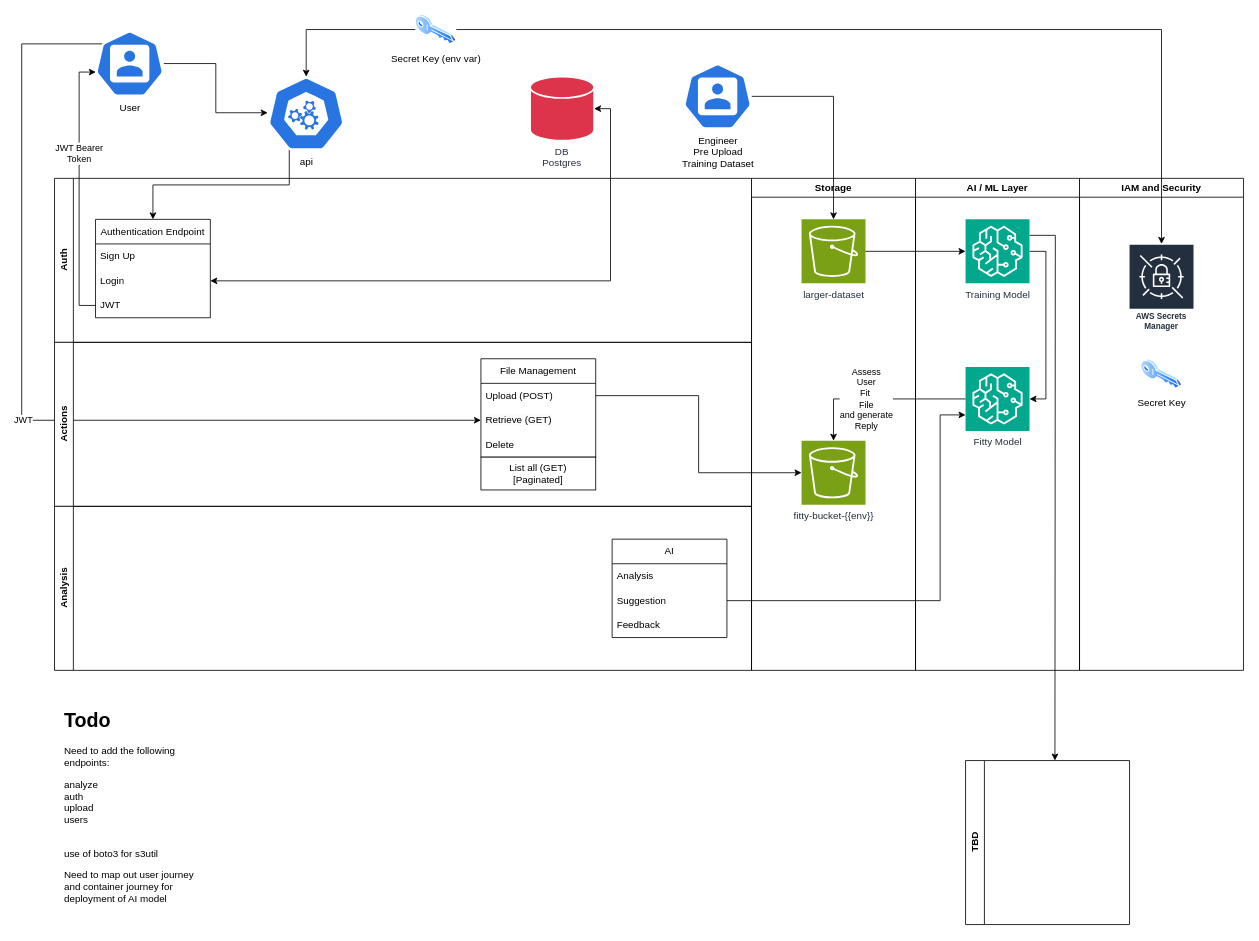
Before: fitty_api.drawio in jstoveld/fitty, a draw.io diagram. Source tidied: cells renumbered, new cells numbered last; positions are measured from the earlier drawing's top-left corner, leaving out a move shared by most shapes. Both pictures are drawn from the tidied source at 82%, with x=0, y=0 at pixel (21, 14).
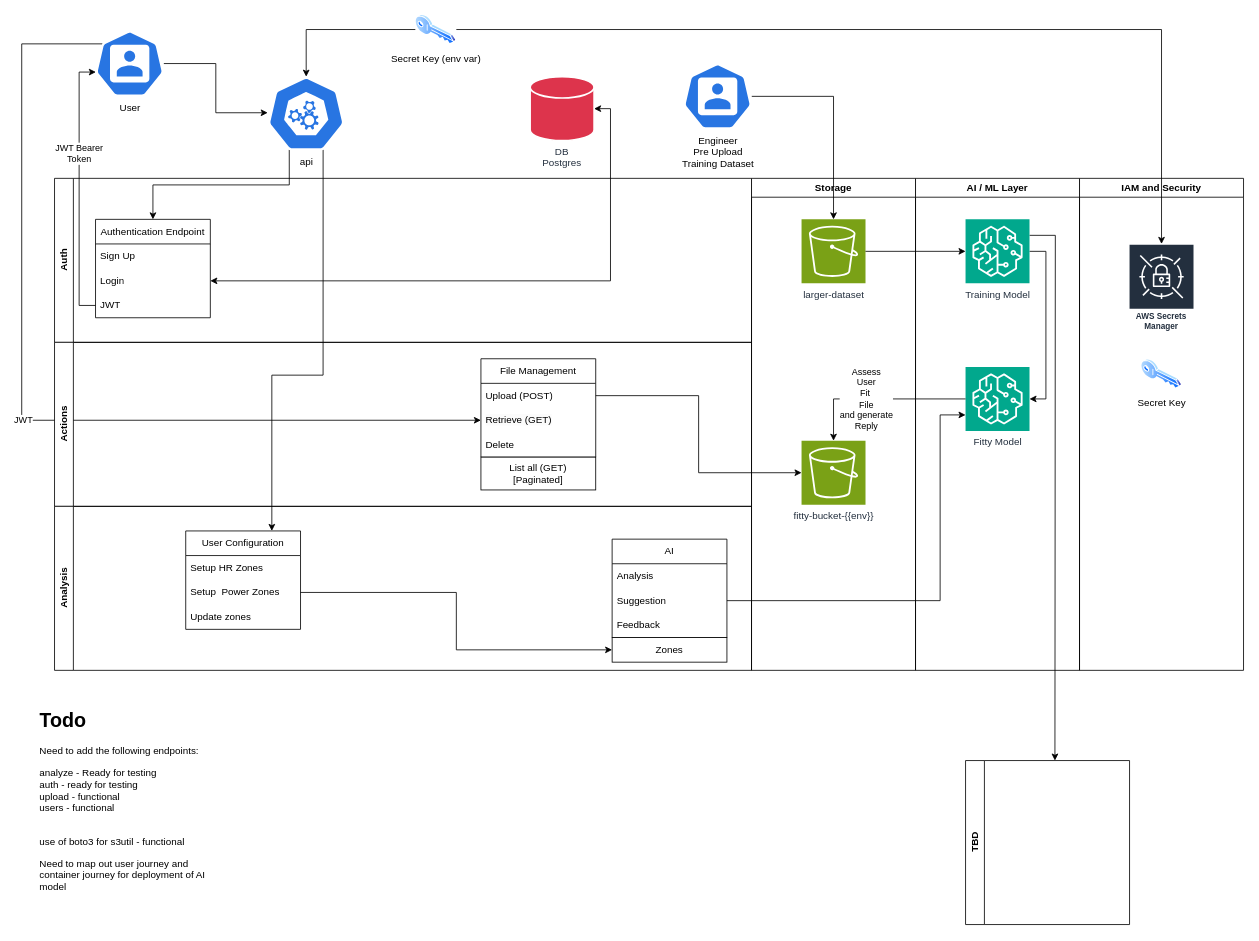
The same page after the edit.

Commit message:
Mapping user journey requires creating of zones endpoint and updating in user config. Need to test this - updating diagram as so,

Unchanged cells that the change refers to:
```xml
<mxCell id="4" value="api" style="sketch=0;html=1;dashed=0;whitespace=wrap;verticalLabelPosition=bottom;verticalAlign=top;fillColor=#2875E2;strokeColor=#ffffff;points=[[0.005,0.63,0],[0.1,0.2,0],[0.9,0.2,0],[0.5,0,0],[0.995,0.63,0],[0.72,0.99,0],[0.5,1,0],[0.28,0.99,0]];shape=mxgraph.kubernetes.icon2;prIcon=api;" parent="1" vertex="1">
  <mxGeometry x="300" y="76" width="93.8" height="90" as="geometry" />
</mxCell>
<mxCell id="20" value="Analysis" style="swimlane;horizontal=0;whiteSpace=wrap;html=1;" parent="1" vertex="1">
  <mxGeometry x="40" y="600" width="850" height="200" as="geometry" />
</mxCell>
```

The edit, as a diff of the source:
```diff
@@
+    <mxCell id="48" style="edgeStyle=orthogonalEdgeStyle;rounded=0;jettySize=auto;html=1;exitX=0.72;exitY=0.99;exitDx=0;exitDy=0;exitPerimeter=0;entryX=0.75;entryY=0;entryDx=0;entryDy=0;" parent="1" edge="1" source="4" target="50">
+      <mxGeometry relative="1" as="geometry">
+        <Array as="points">
+          <mxPoint x="368" y="440" />
+          <mxPoint x="305" y="440" />
+        </Array>
+      </mxGeometry>
+    </mxCell>
@@
+    <mxCell id="49" value="Zones" style="rounded=0;whiteSpace=wrap;html=1;" parent="20" vertex="1">
+      <mxGeometry x="680" y="160" width="140" height="30" as="geometry" />
+    </mxCell>
+    <mxCell id="50" value="User Configuration" style="swimlane;fontStyle=0;horizontal=1;startSize=30;whiteSpace=wrap;html=1;" parent="20" vertex="1">
+      <mxGeometry x="160" y="30" width="140" height="120" as="geometry" />
+    </mxCell>
+    <mxCell id="51" value="Setup HR Zones" style="text;strokeColor=none;fillColor=none;align=left;verticalAlign=middle;spacingLeft=4;spacingRight=4;overflow=hidden;whiteSpace=wrap;html=1;" parent="50" vertex="1">
+      <mxGeometry y="30" width="140" height="30" as="geometry" />
+    </mxCell>
+    <mxCell id="52" value="Setup&amp;nbsp; Power Zones" style="text;strokeColor=none;fillColor=none;align=left;verticalAlign=middle;spacingLeft=4;spacingRight=4;overflow=hidden;points=[[0,0.5],[1,0.5]];portConstraint=eastwest;whiteSpace=wrap;html=1;" parent="50" vertex="1">
+      <mxGeometry y="60" width="140" height="30" as="geometry" />
+    </mxCell>
+    <mxCell id="53" value="Update zones" style="text;strokeColor=none;fillColor=none;align=left;verticalAlign=middle;spacingLeft=4;spacingRight=4;overflow=hidden;whiteSpace=wrap;html=1;" parent="50" vertex="1">
+      <mxGeometry y="90" width="140" height="30" as="geometry" />
+    </mxCell>
+    <mxCell id="54" style="edgeStyle=orthogonalEdgeStyle;rounded=0;jettySize=auto;html=1;exitX=1;exitY=0.5;exitDx=0;exitDy=0;entryX=0;entryY=0.5;entryDx=0;entryDy=0;" parent="20" edge="1" source="52" target="49">
+      <mxGeometry relative="1" as="geometry" />
+    </mxCell>
@@
-    <mxCell id="46" value="&lt;h1 style=&quot;margin-top: 0px;&quot;&gt;Todo&lt;/h1&gt;&lt;p&gt;Need to add the following endpoints:&lt;/p&gt;&lt;p&gt;analyze&lt;br&gt;&lt;span style=&quot;background-color: transparent; color: light-dark(rgb(0, 0, 0), rgb(255, 255, 255));&quot;&gt;auth&lt;br&gt;&lt;/span&gt;&lt;span style=&quot;background-color: transparent; color: light-dark(rgb(0, 0, 0), rgb(255, 255, 255));&quot;&gt;upload&lt;br&gt;&lt;/span&gt;&lt;span style=&quot;background-color: transparent; color: light-dark(rgb(0, 0, 0), rgb(255, 255, 255));&quot;&gt;users&lt;br&gt;&lt;br&gt;&lt;/span&gt;&lt;/p&gt;&lt;p&gt;use of boto3 for s3util&lt;/p&gt;&lt;p&gt;Need to map out user journey and container journey for deployment of AI model&lt;/p&gt;&lt;p&gt;&lt;br&gt;&lt;/p&gt;" style="text;html=1;whiteSpace=wrap;overflow=hidden;rounded=0;" parent="1" vertex="1">
-      <mxGeometry x="50" y="840" width="180" height="270" as="geometry" />
+    <mxCell id="46" value="&lt;h1 style=&quot;margin-top: 0px;&quot;&gt;Todo&lt;/h1&gt;&lt;p&gt;Need to add the following endpoints:&lt;/p&gt;&lt;p&gt;analyze - Ready for testing&lt;br&gt;&lt;span style=&quot;background-color: transparent; color: light-dark(rgb(0, 0, 0), rgb(255, 255, 255));&quot;&gt;auth - ready for testing&lt;br&gt;&lt;/span&gt;&lt;span style=&quot;background-color: transparent; color: light-dark(rgb(0, 0, 0), rgb(255, 255, 255));&quot;&gt;upload - functional&lt;br&gt;&lt;/span&gt;&lt;span style=&quot;background-color: transparent; color: light-dark(rgb(0, 0, 0), rgb(255, 255, 255));&quot;&gt;users - functional&lt;br&gt;&lt;br&gt;&lt;/span&gt;&lt;/p&gt;&lt;p&gt;use of boto3 for s3util - functional&lt;/p&gt;&lt;p&gt;Need to map out user journey and container journey for deployment of AI model&lt;/p&gt;&lt;p&gt;&lt;br&gt;&lt;/p&gt;" style="text;html=1;whiteSpace=wrap;overflow=hidden;rounded=0;" parent="1" vertex="1">
+      <mxGeometry x="20" y="840" width="210" height="270" as="geometry" />
     </mxCell>
```
